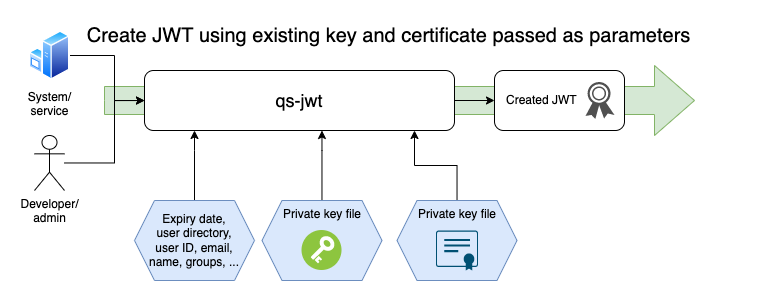
Earlier version of the draw.io export docs/img/qs-jwt-qseow-existing-cert-param-1.png (ptarmiganlabs/qs-jwt). Source tidied: cells renumbered, new cells last; positions are measured from the earlier drawing's top-left corner, leaving out a move shared by most shapes.
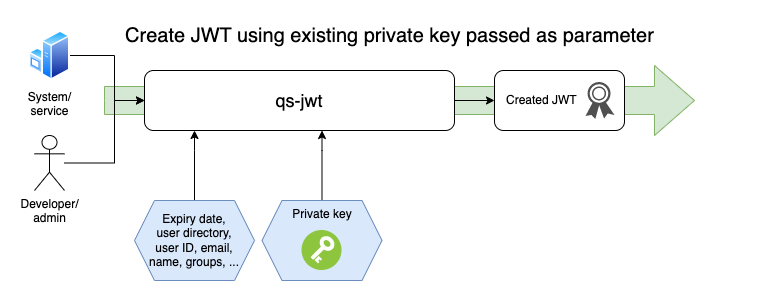
Above is the later version.

Change to the diagram source:
```diff
@@ -11,7 +11,7 @@
     <mxCell id="4" value="qs-jwt" style="rounded=1;whiteSpace=wrap;html=1;fontSize=18;" parent="1" vertex="1">
       <mxGeometry x="116" y="50" width="310" height="60" as="geometry" />
     </mxCell>
-    <mxCell id="5" value="Create JWT using existing key and certificate passed as parameters" style="text;html=1;strokeColor=none;fillColor=none;align=center;verticalAlign=middle;whiteSpace=wrap;rounded=0;fontSize=20;" parent="1" vertex="1">
+    <mxCell id="5" value="Create JWT using existing private key passed as parameter" style="text;html=1;strokeColor=none;fillColor=none;align=center;verticalAlign=middle;whiteSpace=wrap;rounded=0;fontSize=20;" parent="1" vertex="1">
       <mxGeometry x="13.5" width="695" height="30" as="geometry" />
     </mxCell>
     <mxCell id="6" style="edgeStyle=orthogonalEdgeStyle;rounded=0;jettySize=auto;html=1;" parent="1" edge="1" source="7" target="4">
@@ -39,47 +39,33 @@
         </Array>
       </mxGeometry>
     </mxCell>
-    <mxCell id="11" value="Private key file" style="shape=hexagon;perimeter=hexagonPerimeter2;whiteSpace=wrap;html=1;fixedSize=1;fillColor=#dae8fc;strokeColor=#6c8ebf;verticalAlign=top;" parent="1" vertex="1">
+    <mxCell id="11" value="Private key" style="shape=hexagon;perimeter=hexagonPerimeter2;whiteSpace=wrap;html=1;fixedSize=1;fillColor=#dae8fc;strokeColor=#6c8ebf;verticalAlign=top;" parent="1" vertex="1">
       <mxGeometry x="233.5" y="180" width="120" height="80" as="geometry" />
     </mxCell>
     <mxCell id="12" style="perimeter=ellipsePerimeter;html=1;align=center;shadow=0;dashed=0;fontColor=#4277BB;labelBackgroundColor=#ffffff;fontSize=12;spacingTop=3;image;image=img/lib/ibm/vpc/Key.svg;" parent="1" vertex="1">
       <mxGeometry x="273.5" y="210" width="40" height="40" as="geometry" />
     </mxCell>
-    <mxCell id="13" style="edgeStyle=orthogonalEdgeStyle;rounded=0;jettySize=auto;html=1;fontSize=20;" parent="1" edge="1" source="14" target="4">
+    <mxCell id="13" style="edgeStyle=orthogonalEdgeStyle;rounded=0;jettySize=auto;html=1;entryX=0;entryY=0.5;entryDx=0;entryDy=0;fontSize=12;" parent="1" edge="1" source="14" target="4">
       <mxGeometry relative="1" as="geometry">
         <Array as="points">
-          <mxPoint x="428" y="145" />
-          <mxPoint x="386" y="145" />
+          <mxPoint x="86" y="143" />
+          <mxPoint x="86" y="80" />
         </Array>
       </mxGeometry>
     </mxCell>
-    <mxCell id="14" value="Private key file" style="shape=hexagon;perimeter=hexagonPerimeter2;whiteSpace=wrap;html=1;fixedSize=1;fillColor=#dae8fc;strokeColor=#6c8ebf;verticalAlign=top;" parent="1" vertex="1">
-      <mxGeometry x="368.5" y="180" width="120" height="80" as="geometry" />
+    <mxCell id="14" value="Developer/&lt;br&gt;admin" style="shape=umlActor;verticalLabelPosition=bottom;verticalAlign=top;html=1;outlineConnect=0;fontSize=12;" parent="1" vertex="1">
+      <mxGeometry x="6" y="115" width="30" height="55" as="geometry" />
     </mxCell>
-    <mxCell id="15" style="verticalLabelPosition=bottom;sketch=0;html=1;verticalAlign=top;align=center;shape=mxgraph.cisco19.x509_certificate;fillColor=#005073;strokeColor=none;" parent="1" vertex="1">
-      <mxGeometry x="407.5" y="210" width="42.1" height="40" as="geometry" />
+    <mxCell id="15" style="edgeStyle=orthogonalEdgeStyle;rounded=0;jettySize=auto;html=1;fontSize=12;" parent="1" edge="1" source="16" target="4">
+      <mxGeometry relative="1" as="geometry">
+        <Array as="points">
+          <mxPoint x="86" y="35" />
+          <mxPoint x="86" y="80" />
+        </Array>
+      </mxGeometry>
     </mxCell>
-    <mxCell id="16" style="edgeStyle=orthogonalEdgeStyle;rounded=0;jettySize=auto;html=1;entryX=0;entryY=0.5;entryDx=0;entryDy=0;fontSize=12;" parent="1" edge="1" source="17" target="4">
-      <mxGeometry relative="1" as="geometry">
-        <Array as="points">
-          <mxPoint x="86" y="143" />
-          <mxPoint x="86" y="80" />
-        </Array>
-      </mxGeometry>
+    <mxCell id="16" value="System/&lt;br style=&quot;font-size: 12px&quot;&gt;service" style="perimeter=ellipsePerimeter;html=1;align=center;shadow=0;dashed=0;spacingTop=3;image;image=img/lib/active_directory/windows_server.svg;fontSize=12;" parent="1" vertex="1">
+      <mxGeometry x="0.5" y="10" width="41" height="50" as="geometry" />
     </mxCell>
-    <mxCell id="17" value="Developer/&lt;br&gt;admin" style="shape=umlActor;verticalLabelPosition=bottom;verticalAlign=top;html=1;outlineConnect=0;fontSize=12;" parent="1" vertex="1">
-      <mxGeometry x="6" y="115" width="30" height="55" as="geometry" />
-    </mxCell>
-    <mxCell id="18" style="edgeStyle=orthogonalEdgeStyle;rounded=0;jettySize=auto;html=1;fontSize=12;" parent="1" edge="1" source="19" target="4">
-      <mxGeometry relative="1" as="geometry">
-        <Array as="points">
-          <mxPoint x="86" y="35" />
-          <mxPoint x="86" y="80" />
-        </Array>
-      </mxGeometry>
-    </mxCell>
-    <mxCell id="19" value="System/&lt;br style=&quot;font-size: 12px&quot;&gt;service" style="perimeter=ellipsePerimeter;html=1;align=center;shadow=0;dashed=0;spacingTop=3;image;image=img/lib/active_directory/windows_server.svg;fontSize=12;" parent="1" vertex="1">
-      <mxGeometry x="0.5" y="10" width="41" height="50" as="geometry" />
-    </mxCell>
   </root>
 </mxGraphModel>
```
